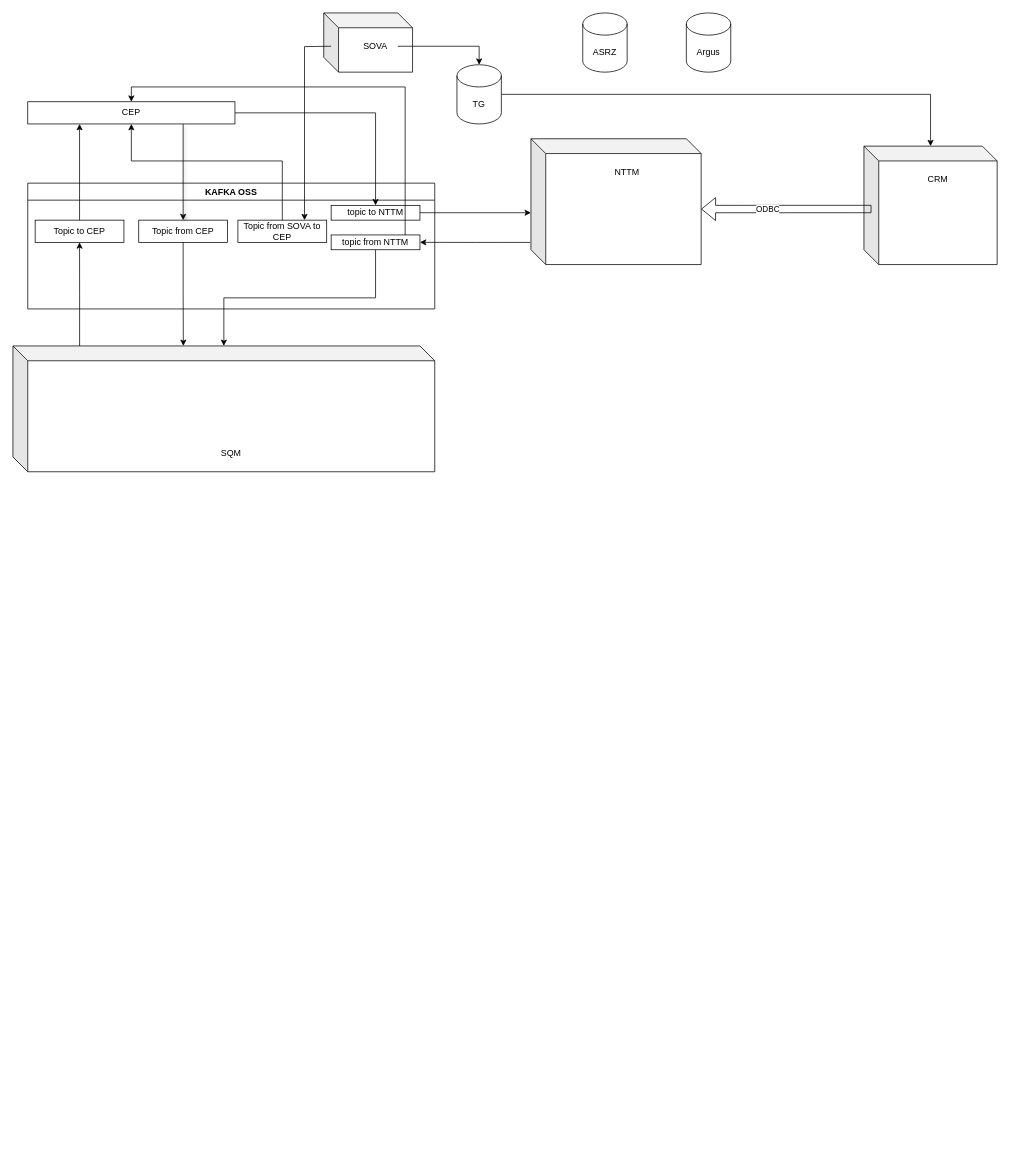
This is CEP.drawio from qqmax7/test, a draw.io file, before an edit. Source tidied: cells renumbered, new cells numbered last; positions are measured from the earlier drawing's top-left corner, leaving out a move shared by most shapes. Both pictures are drawn from the tidied source at 74%, with x=0, y=0 at pixel (13, 13).
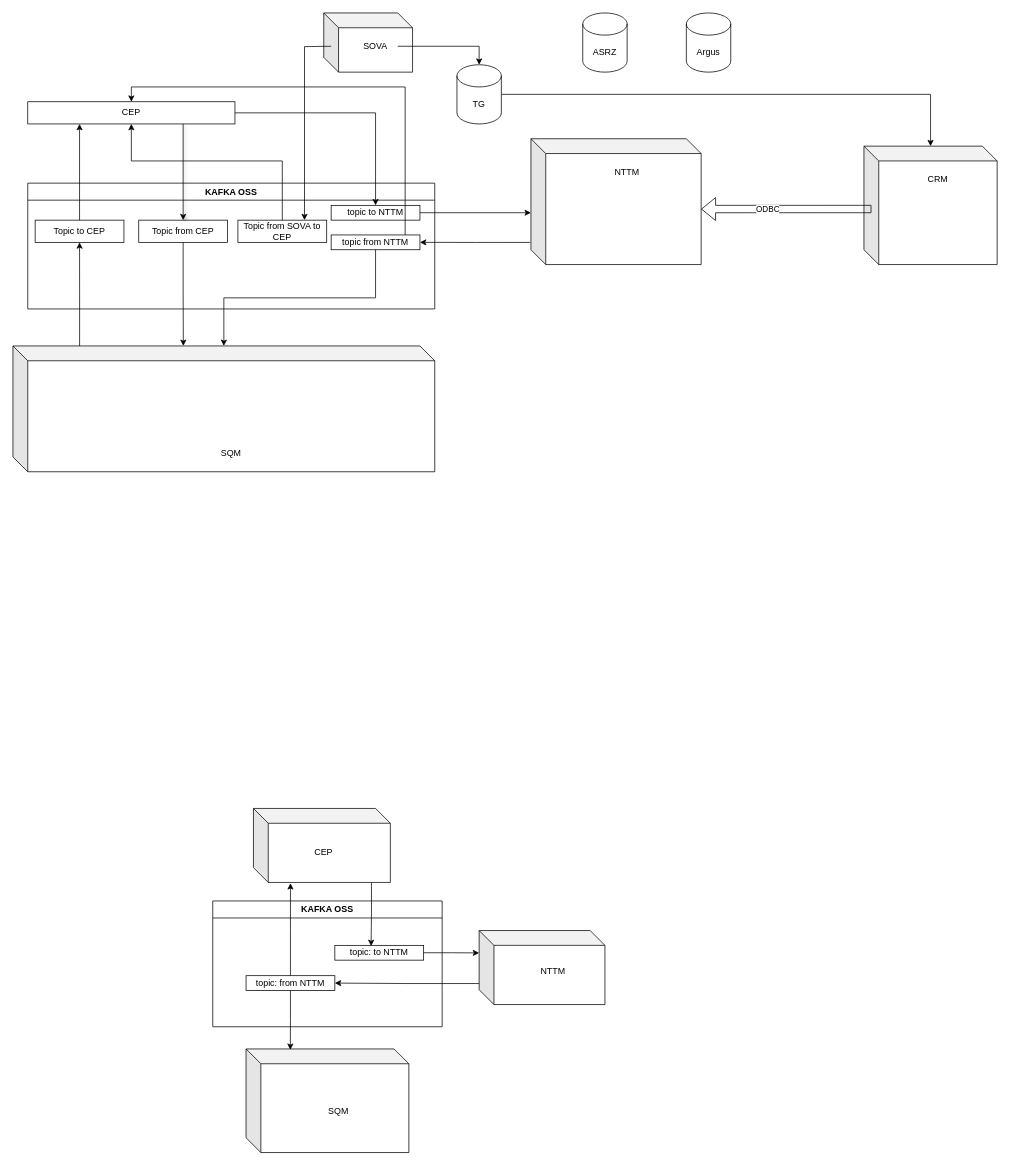
The same page after the edit.

Change to the diagram source:
```diff
@@
+    <mxCell id="36" style="shape=cube;whiteSpace=wrap;html=1;boundedLbl=1;backgroundOutline=1;darkOpacity=0.05;darkOpacity2=0.1;" parent="1" vertex="1">
+      <mxGeometry x="325" y="1075" width="185" height="100" as="geometry" />
+    </mxCell>
@@
+    <mxCell id="37" value="&lt;div&gt;KAFKA OSS&lt;/div&gt;" style="swimlane;whiteSpace=wrap;html=1;" parent="1" vertex="1">
+      <mxGeometry x="270" y="1200" width="310" height="170" as="geometry" />
+    </mxCell>
+    <mxCell id="38" value="topic: to NTTM" style="rounded=0;whiteSpace=wrap;html=1;" parent="37" vertex="1">
+      <mxGeometry x="165" y="60" width="120" height="20" as="geometry" />
+    </mxCell>
+    <mxCell id="39" value="topic: from NTTM" style="rounded=0;whiteSpace=wrap;html=1;" parent="37" vertex="1">
+      <mxGeometry x="45" y="101" width="120" height="20" as="geometry" />
+    </mxCell>
+    <mxCell id="40" value="CEP" style="text;html=1;align=center;verticalAlign=middle;whiteSpace=wrap;rounded=0;" parent="1" vertex="1">
+      <mxGeometry x="390" y="1120" width="60" height="30" as="geometry" />
+    </mxCell>
+    <mxCell id="41" style="shape=cube;whiteSpace=wrap;html=1;boundedLbl=1;backgroundOutline=1;darkOpacity=0.05;darkOpacity2=0.1;" parent="1" vertex="1">
+      <mxGeometry x="315" y="1400" width="220" height="140" as="geometry" />
+    </mxCell>
+    <mxCell id="42" value="SQM" style="text;html=1;align=center;verticalAlign=middle;whiteSpace=wrap;rounded=0;" parent="1" vertex="1">
+      <mxGeometry x="410" y="1470" width="60" height="30" as="geometry" />
+    </mxCell>
+    <mxCell id="43" style="edgeStyle=orthogonalEdgeStyle;rounded=0;jettySize=auto;html=1;exitX=0;exitY=0.716;exitDx=0;exitDy=0;exitPerimeter=0;" parent="1" edge="1" source="44" target="39">
+      <mxGeometry relative="1" as="geometry" />
+    </mxCell>
+    <mxCell id="44" style="shape=cube;whiteSpace=wrap;html=1;boundedLbl=1;backgroundOutline=1;darkOpacity=0.05;darkOpacity2=0.1;" parent="1" vertex="1">
+      <mxGeometry x="630" y="1240" width="170" height="100" as="geometry" />
+    </mxCell>
+    <mxCell id="45" value="NTTM" style="text;html=1;align=center;verticalAlign=middle;whiteSpace=wrap;rounded=0;" parent="1" vertex="1">
+      <mxGeometry x="700" y="1280" width="60" height="30" as="geometry" />
+    </mxCell>
+    <mxCell id="46" style="edgeStyle=orthogonalEdgeStyle;rounded=0;jettySize=auto;html=1;entryX=0;entryY=0.302;entryDx=0;entryDy=0;entryPerimeter=0;" parent="1" edge="1" source="38" target="44">
+      <mxGeometry relative="1" as="geometry" />
+    </mxCell>
+    <mxCell id="47" style="edgeStyle=orthogonalEdgeStyle;rounded=0;jettySize=auto;html=1;entryX=0.408;entryY=0.05;entryDx=0;entryDy=0;entryPerimeter=0;exitX=0.862;exitY=1.007;exitDx=0;exitDy=0;exitPerimeter=0;" parent="1" edge="1" source="36" target="38">
+      <mxGeometry relative="1" as="geometry" />
+    </mxCell>
+    <mxCell id="48" style="edgeStyle=orthogonalEdgeStyle;rounded=0;jettySize=auto;html=1;" parent="1" edge="1" source="39">
+      <mxGeometry relative="1" as="geometry">
+        <mxPoint x="375" y="1176" as="targetPoint" />
+      </mxGeometry>
+    </mxCell>
+    <mxCell id="49" style="edgeStyle=orthogonalEdgeStyle;rounded=0;jettySize=auto;html=1;entryX=0.272;entryY=0.009;entryDx=0;entryDy=0;entryPerimeter=0;" parent="1" edge="1" source="39" target="41">
+      <mxGeometry relative="1" as="geometry" />
+    </mxCell>
```
